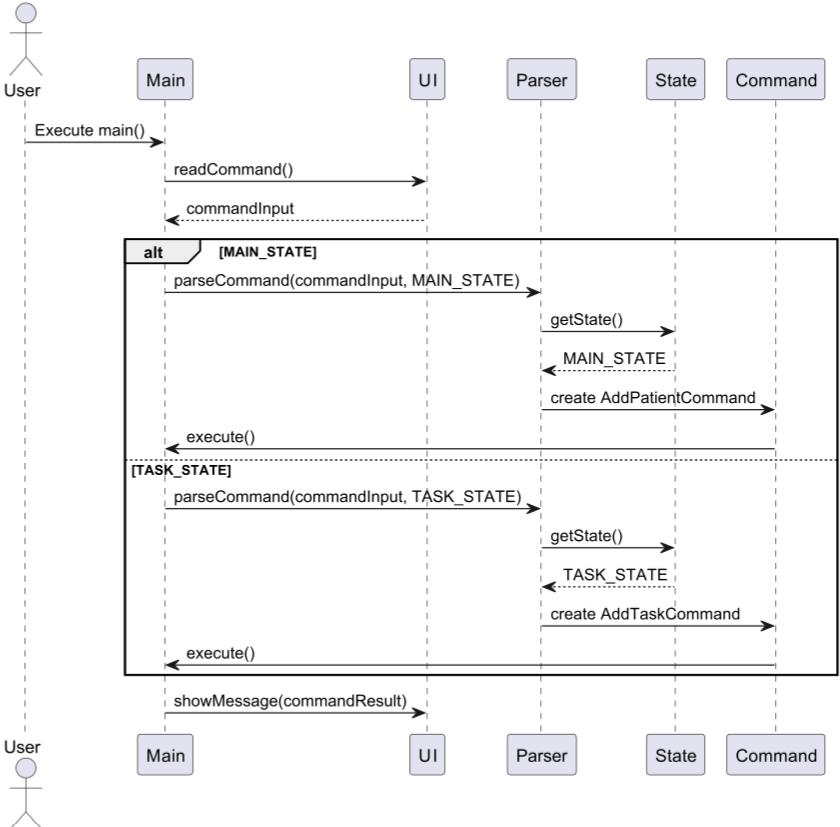
Before: docs/images/StateSwitchingSequenceDiagram.png, a diagram exported from PlantUML (nus-cs2113-AY2425S1/tp). Its source is kept beside it as docs/diagrams/StateSwitchingSequenceDiagram.puml. The source it was exported from:
```plantuml
@startuml
actor User as U
participant "Main" as M
participant "UI" as UI
participant "Parser" as P
participant "State" as S
participant "Command" as C

U -> M: Execute main()
M -> UI: readCommand()
UI --> M: commandInput

alt MAIN_STATE
    M -> P: parseCommand(commandInput, MAIN_STATE)
    P -> S: getState()
    S --> P: MAIN_STATE
    P -> C: create AddPatientCommand
    C -> M: execute()

else TASK_STATE
    M -> P: parseCommand(commandInput, TASK_STATE)
    P -> S: getState()
    S --> P: TASK_STATE
    P -> C: create AddTaskCommand
    C -> M: execute()

end

M -> UI: showMessage(commandResult)

@enduml
```
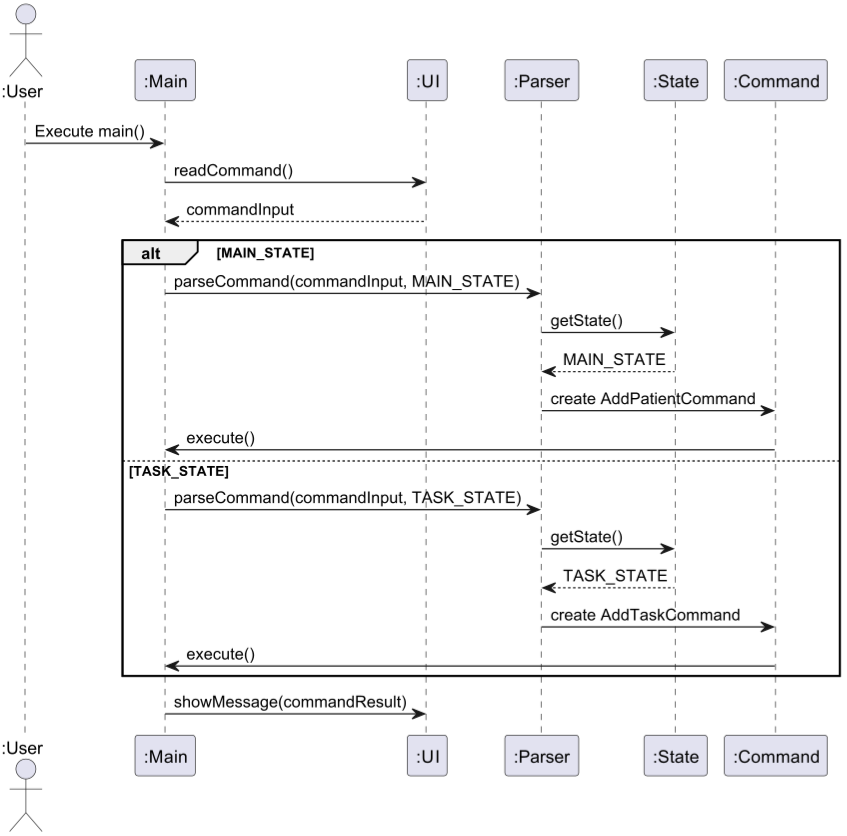
The same file after the commit.

What changed in the source:
```diff
@@ -1,10 +1,10 @@
 @startuml
-actor User as U
-participant "Main" as M
-participant "UI" as UI
-participant "Parser" as P
-participant "State" as S
-participant "Command" as C
+actor ":User" as U
+participant ":Main" as M
+participant ":UI" as UI
+participant ":Parser" as P
+participant ":State" as S
+participant ":Command" as C
 
 U -> M: Execute main()
 M -> UI: readCommand()
```
